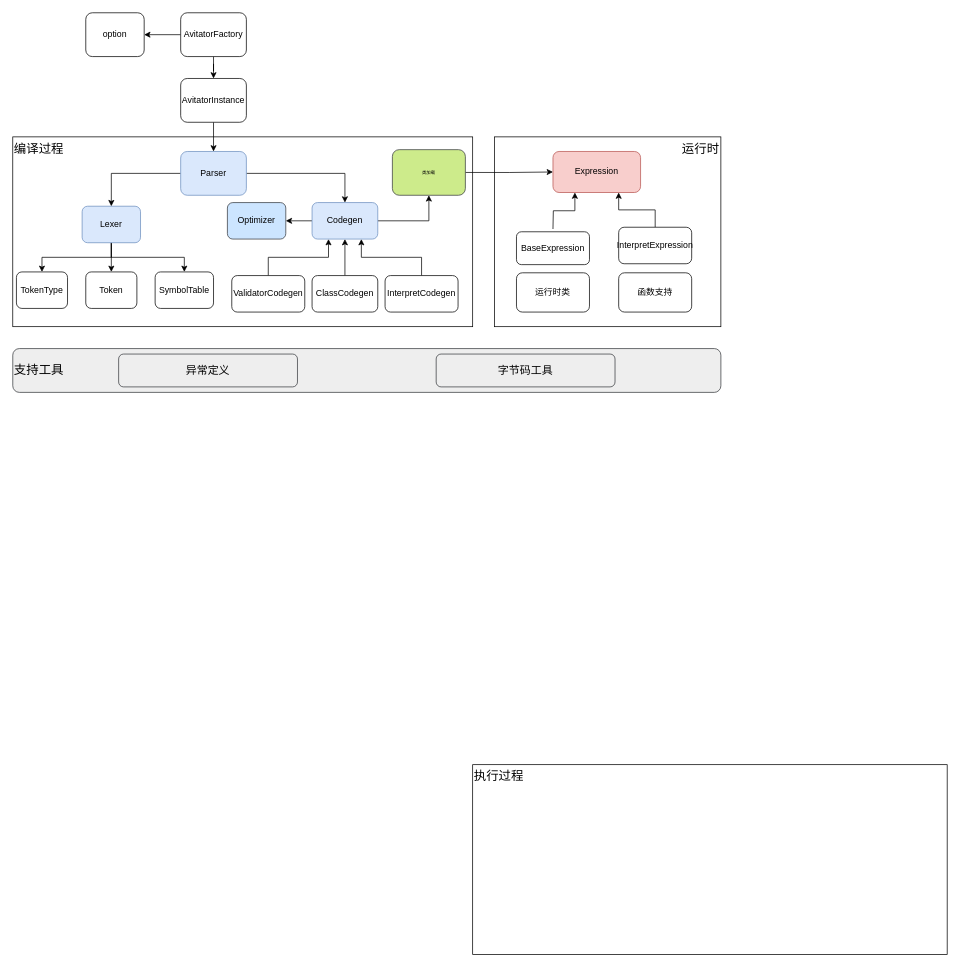
This is page "第 1 页" (1 of 2) of yaparser.drawio from hanzhihua/webx.studio, a draw.io file, before an edit. Source tidied: cells renumbered, new cells numbered last; positions are measured from the earlier drawing's top-left corner, leaving out a move shared by most shapes. Both pictures are drawn from the tidied source at 73%, with x=0, y=0 at pixel (12, 12).
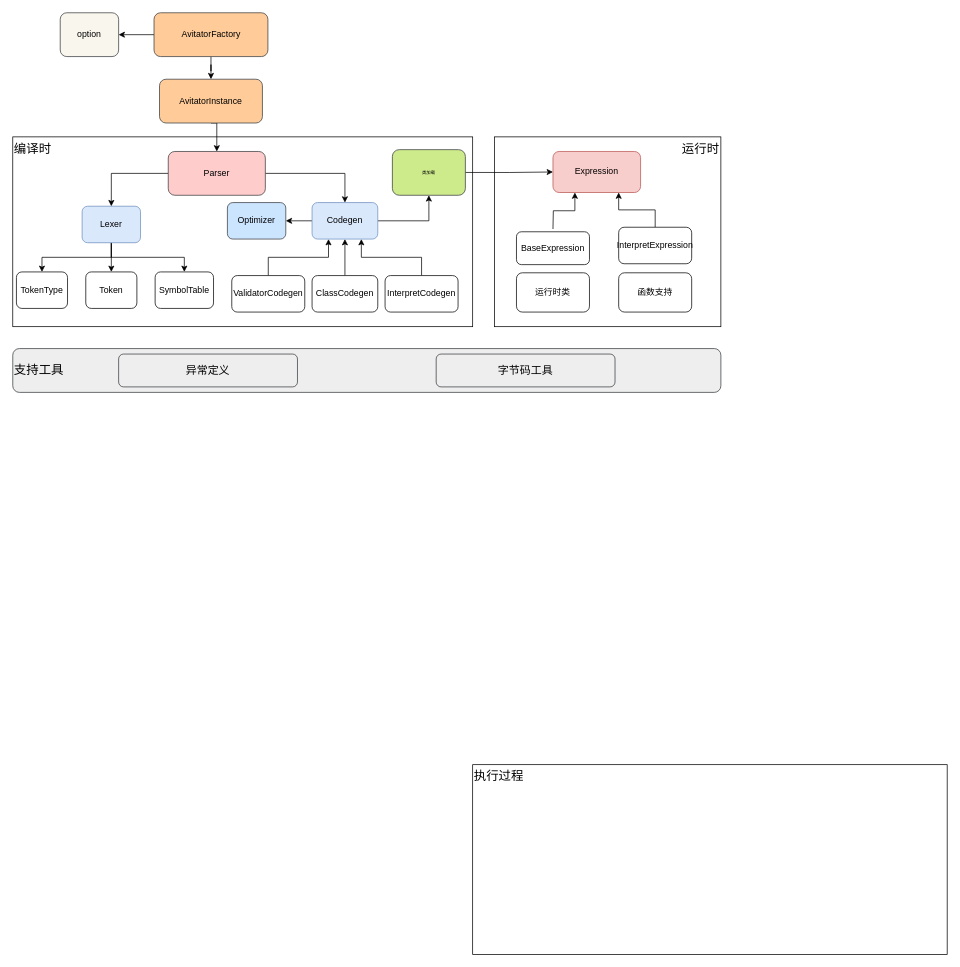
The same page after the edit.

What changed in the source:
```diff
@@
-    <mxCell id="3" value="编译过程" style="rounded=0;whiteSpace=wrap;html=1;align=left;verticalAlign=top;fontSize=17;" parent="1" vertex="1">
+    <mxCell id="3" value="编译时" style="rounded=0;whiteSpace=wrap;html=1;align=left;verticalAlign=top;fontSize=17;" parent="1" vertex="1">
       <mxGeometry y="170" width="630" height="260" as="geometry" />
     </mxCell>
@@
-    <mxCell id="5" value="AvitatorInstance" style="rounded=1;whiteSpace=wrap;html=1;" parent="1" vertex="1">
-      <mxGeometry x="230" y="90" width="90" height="60" as="geometry" />
+    <mxCell id="5" value="AvitatorInstance" style="rounded=1;whiteSpace=wrap;html=1;fillColor=#ffcc99;strokeColor=#36393d;" parent="1" vertex="1">
+      <mxGeometry x="201" y="91" width="141" height="60" as="geometry" />
     </mxCell>
@@
-    <mxCell id="8" value="AvitatorFactory" style="rounded=1;whiteSpace=wrap;html=1;" parent="1" vertex="1">
-      <mxGeometry x="230" width="90" height="60" as="geometry" />
+    <mxCell id="8" value="AvitatorFactory" style="rounded=1;whiteSpace=wrap;html=1;fillColor=#ffcc99;strokeColor=#36393d;" parent="1" vertex="1">
+      <mxGeometry x="193.5" width="156" height="60" as="geometry" />
     </mxCell>
-    <mxCell id="9" value="option" style="rounded=1;whiteSpace=wrap;html=1;" parent="1" vertex="1">
-      <mxGeometry x="100" width="80" height="60" as="geometry" />
+    <mxCell id="9" value="option" style="rounded=1;whiteSpace=wrap;html=1;fillColor=#f9f7ed;strokeColor=#36393d;" parent="1" vertex="1">
+      <mxGeometry x="65" width="80" height="60" as="geometry" />
     </mxCell>
@@
-    <mxCell id="16" value="Parser" style="rounded=1;whiteSpace=wrap;html=1;fillColor=#dae8fc;strokeColor=#6c8ebf;" parent="1" vertex="1">
-      <mxGeometry x="230" y="190" width="90" height="60" as="geometry" />
+    <mxCell id="16" value="Parser" style="rounded=1;whiteSpace=wrap;html=1;fillColor=#ffcccc;strokeColor=#36393d;" parent="1" vertex="1">
+      <mxGeometry x="213" y="190" width="133" height="60" as="geometry" />
     </mxCell>
```
